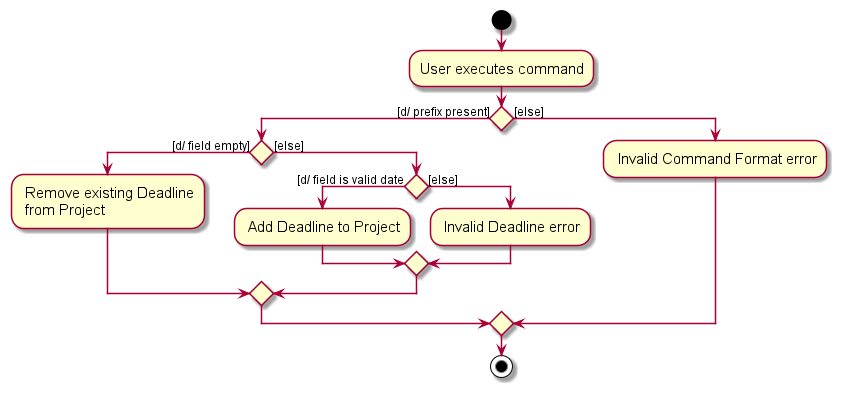
The PlantUML diagram docs/images/SetDeadlineActivityDiagram.png in rayyan35p/tp, before a commit.
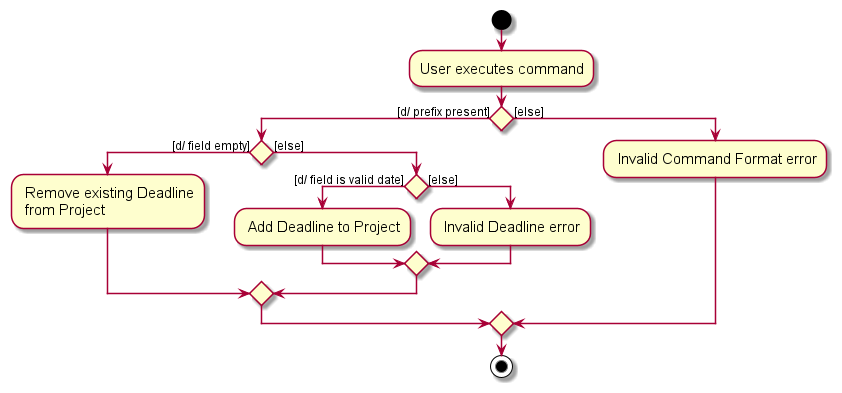
Later version of the same file.

Commit message:
Fix missing bracket

What changed in the source:
```diff
@@ -11,7 +11,7 @@
         : Remove existing Deadline
          from Project;
     else ([else])
-        if () then ([d/ field is valid date)
+        if () then ([d/ field is valid date])
             : Add Deadline to Project;
         else ([else])
             : Invalid Deadline error;
```
